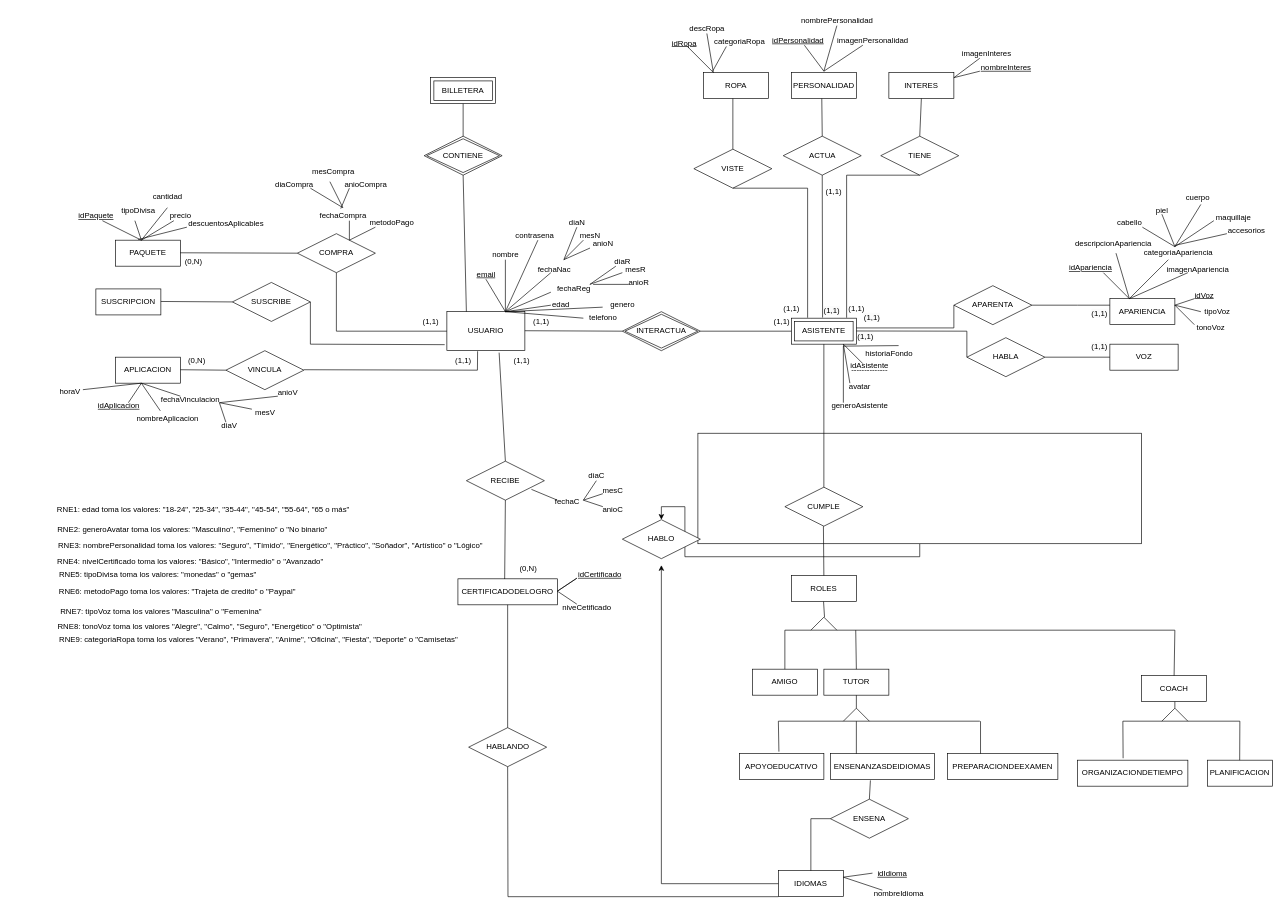
Above: obligatorio1.drawio in MartinAlonsoo/ObligatorioBD1 (draw.io), before the change. Source tidied: cells renumbered, new cells numbered last; positions are measured from the earlier drawing's top-left corner, leaving out a move shared by most shapes. Both pictures are drawn from the tidied source at 65%, with x=0, y=0 at pixel (50, 11).
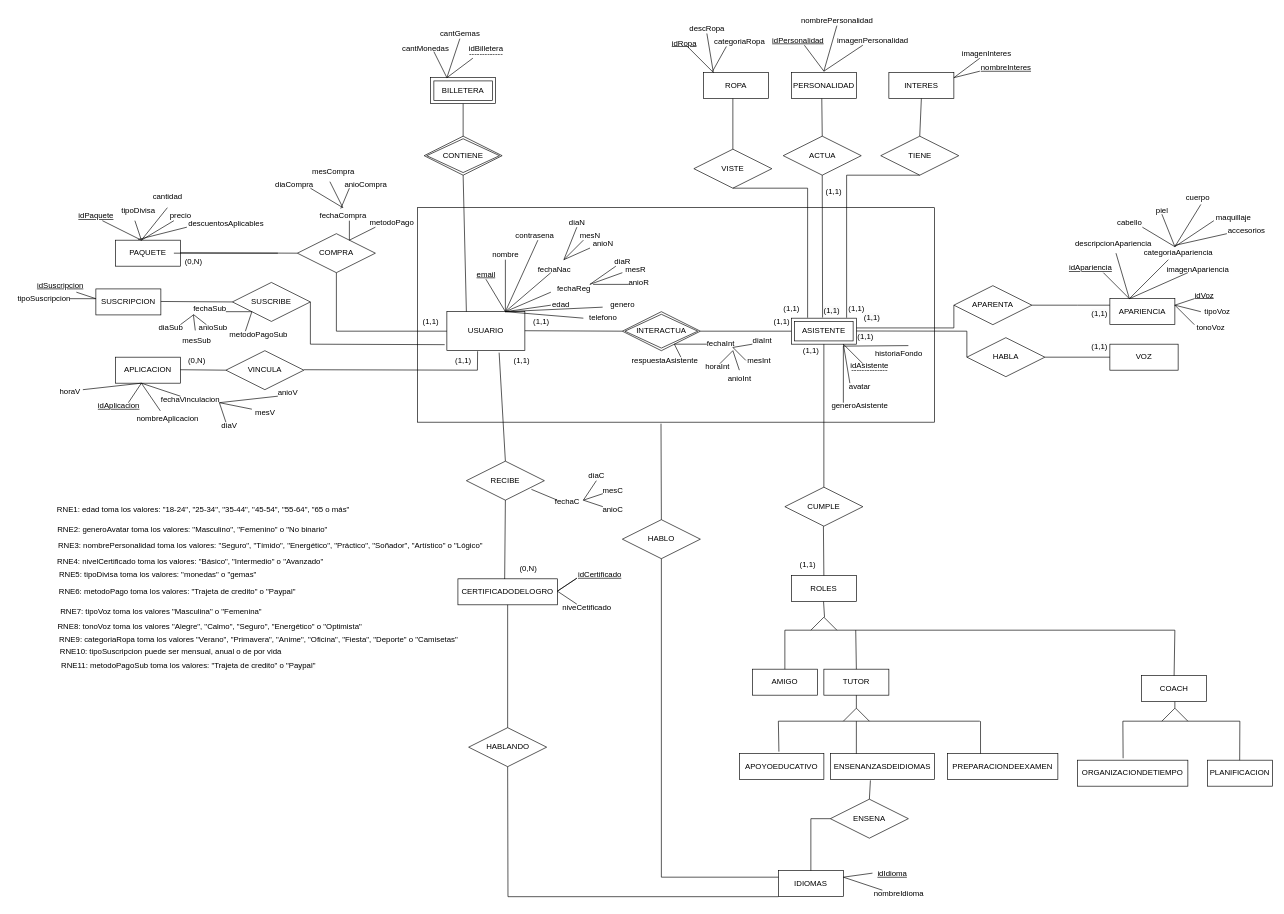
The same page after the edit.

The change refers to these unchanged cells:
```xml
<mxCell id="14" value="IDIOMAS" style="whiteSpace=wrap;html=1;align=center;" parent="1" vertex="1">
  <mxGeometry x="1120" y="1322" width="100" height="40" as="geometry" />
</mxCell>
<mxCell id="47" value="HABLO" style="shape=rhombus;perimeter=rhombusPerimeter;whiteSpace=wrap;html=1;align=center;" parent="1" vertex="1">
  <mxGeometry x="880" y="782" width="120" height="60" as="geometry" />
</mxCell>
<mxCell id="156" value="BILLETERA" style="shape=ext;margin=3;double=1;whiteSpace=wrap;html=1;align=center;" parent="1" vertex="1">
  <mxGeometry x="585" y="102" width="100" height="40" as="geometry" />
</mxCell>
```

Diff of the diagram source:
```diff
@@
-    <mxCell id="2" style="edgeStyle=orthogonalEdgeStyle;rounded=0;jettySize=auto;html=1;entryX=0.5;entryY=0;entryDx=0;entryDy=0;" parent="1" edge="1" source="3" target="47">
-      <mxGeometry relative="1" as="geometry" />
-    </mxCell>
     <mxCell id="3" style="rounded=0;whiteSpace=wrap;html=1;" parent="1" vertex="1">
-      <mxGeometry x="996.2" y="649" width="682.5" height="170" as="geometry" />
+      <mxGeometry x="565" y="302" width="795" height="330" as="geometry" />
     </mxCell>
@@
-    <mxCell id="48" style="edgeStyle=orthogonalEdgeStyle;rounded=0;jettySize=auto;html=1;entryX=0.5;entryY=1.167;entryDx=0;entryDy=0;entryPerimeter=0;" parent="1" edge="1" source="14" target="47">
-      <mxGeometry relative="1" as="geometry" />
-    </mxCell>
@@
     <mxCell id="105" value="historiaFondo" style="text;html=1;align=center;verticalAlign=middle;points=[];strokeColor=none;fillColor=none;" parent="1" vertex="1">
-      <mxGeometry x="1240" y="512" width="100" height="30" as="geometry" />
+      <mxGeometry x="1255" y="512" width="100" height="30" as="geometry" />
     </mxCell>
@@
+    <mxCell id="213" style="endArrow=none;html=1;rounded=0;exitX=0.5;exitY=1;exitDx=0;exitDy=0;" parent="1" edge="1" source="47">
+      <mxGeometry relative="1" as="geometry">
+        <mxPoint x="1120" y="1332" as="targetPoint" />
+        <Array as="points">
+          <mxPoint x="940" y="1332" />
+        </Array>
+      </mxGeometry>
+    </mxCell>
+    <mxCell id="214" style="endArrow=none;html=1;rounded=0;" parent="1" edge="1">
+      <mxGeometry relative="1" as="geometry">
+        <mxPoint x="190" y="372" as="sourcePoint" />
+        <mxPoint x="350" y="372" as="targetPoint" />
+      </mxGeometry>
+    </mxCell>
+    <mxCell id="215" style="endArrow=none;html=1;rounded=0;" parent="1" edge="1">
+      <mxGeometry relative="1" as="geometry">
+        <mxPoint x="30" y="442" as="sourcePoint" />
+        <mxPoint x="40" y="432" as="targetPoint" />
+        <Array as="points">
+          <mxPoint x="70" y="442" />
+        </Array>
+      </mxGeometry>
+    </mxCell>
+    <mxCell id="216" value="&lt;u&gt;idSuscripcion&lt;/u&gt;" style="text;html=1;align=center;verticalAlign=middle;strokeColor=none;fillColor=none;" parent="1" vertex="1">
+      <mxGeometry x="-30" y="407" width="90" height="30" as="geometry" />
+    </mxCell>
+    <mxCell id="217" value="tipoSuscripcion" style="text;html=1;align=center;verticalAlign=middle;strokeColor=none;fillColor=none;" parent="1" vertex="1">
+      <mxGeometry x="-60" y="427" width="100" height="30" as="geometry" />
+    </mxCell>
+    <mxCell id="218" style="endArrow=none;html=1;rounded=0;" parent="1" edge="1">
+      <mxGeometry relative="1" as="geometry">
+        <mxPoint x="300" y="492" as="sourcePoint" />
+        <mxPoint x="270" y="462" as="targetPoint" />
+        <Array as="points">
+          <mxPoint x="310" y="462" />
+        </Array>
+      </mxGeometry>
+    </mxCell>
+    <mxCell id="219" value="fechaSub" style="text;html=1;align=center;verticalAlign=middle;strokeColor=none;fillColor=none;" parent="1" vertex="1">
+      <mxGeometry x="210" y="442" width="70" height="30" as="geometry" />
+    </mxCell>
+    <mxCell id="220" style="endArrow=none;html=1;rounded=0;entryX=0.471;entryY=-0.038;entryDx=0;entryDy=0;entryPerimeter=0;" parent="1" edge="1" target="222">
+      <mxGeometry relative="1" as="geometry">
+        <mxPoint x="200" y="482" as="sourcePoint" />
+        <Array as="points">
+          <mxPoint x="220" y="467" />
+        </Array>
+      </mxGeometry>
+    </mxCell>
+    <mxCell id="221" value="diaSub" style="text;html=1;align=center;verticalAlign=middle;strokeColor=none;fillColor=none;" parent="1" vertex="1">
+      <mxGeometry x="155" y="472" width="60" height="30" as="geometry" />
+    </mxCell>
+    <mxCell id="222" value="mesSub" style="text;html=1;align=center;verticalAlign=middle;points=[];strokeColor=none;fillColor=none;" parent="1" vertex="1">
+      <mxGeometry x="190" y="492" width="70" height="30" as="geometry" />
+    </mxCell>
+    <mxCell id="223" value="anioSub" style="text;html=1;align=center;verticalAlign=middle;strokeColor=none;fillColor=none;" parent="1" vertex="1">
+      <mxGeometry x="215" y="472" width="70" height="30" as="geometry" />
+    </mxCell>
+    <mxCell id="224" style="endArrow=none;html=1;rounded=0;" parent="1" edge="1">
+      <mxGeometry relative="1" as="geometry">
+        <mxPoint x="240" y="482" as="sourcePoint" />
+        <mxPoint x="220" y="466.3" as="targetPoint" />
+      </mxGeometry>
+    </mxCell>
+    <mxCell id="225" value="metodoPagoSub" style="text;html=1;align=center;verticalAlign=middle;strokeColor=none;fillColor=none;" parent="1" vertex="1">
+      <mxGeometry x="265" y="482" width="110" height="30" as="geometry" />
+    </mxCell>
+    <mxCell id="226" style="endArrow=none;html=1;rounded=0;" parent="1" edge="1">
+      <mxGeometry relative="1" as="geometry">
+        <mxPoint x="590" y="62" as="sourcePoint" />
+        <mxPoint x="630" y="42" as="targetPoint" />
+        <Array as="points">
+          <mxPoint x="610" y="102" />
+        </Array>
+      </mxGeometry>
+    </mxCell>
+    <mxCell id="227" value="cantMonedas" style="text;html=1;align=center;verticalAlign=middle;strokeColor=none;fillColor=none;" parent="1" vertex="1">
+      <mxGeometry x="527" y="42" width="100" height="30" as="geometry" />
+    </mxCell>
+    <mxCell id="228" value="cantGemas" style="text;html=1;align=center;verticalAlign=middle;strokeColor=none;fillColor=none;" parent="1" vertex="1">
+      <mxGeometry x="590" y="20" width="80" height="30" as="geometry" />
+    </mxCell>
+    <mxCell id="229" value="idBilletera" style="text;html=1;align=center;verticalAlign=middle;strokeColor=none;fillColor=none;" parent="1" vertex="1">
+      <mxGeometry x="630" y="42" width="80" height="30" as="geometry" />
+    </mxCell>
+    <mxCell id="230" style="endArrow=none;html=1;rounded=0;exitX=0.25;exitY=0;exitDx=0;exitDy=0;" parent="1" edge="1" source="156">
+      <mxGeometry relative="1" as="geometry">
+        <mxPoint x="650" y="72" as="targetPoint" />
+      </mxGeometry>
+    </mxCell>
+    <mxCell id="231" value="-------------" style="text;html=1;align=center;verticalAlign=middle;strokeColor=none;fillColor=none;" parent="1" vertex="1">
+      <mxGeometry x="630" y="50" width="80" height="30" as="geometry" />
+    </mxCell>
+    <mxCell id="232" value="RNE10: tipoSuscripcion puede ser mensual, anual o de por vida" style="text;html=1;align=center;verticalAlign=middle;strokeColor=none;fillColor=none;" parent="1" vertex="1">
+      <mxGeometry x="5" y="970" width="360" height="30" as="geometry" />
+    </mxCell>
+    <mxCell id="233" value="&lt;span style=&quot;color: rgb(0, 0, 0); font-family: Helvetica; font-size: 12px; font-style: normal; font-variant-ligatures: normal; font-variant-caps: normal; font-weight: 400; letter-spacing: normal; orphans: 2; text-align: center; text-indent: 0px; text-transform: none; widows: 2; word-spacing: 0px; -webkit-text-stroke-width: 0px; white-space: nowrap; background-color: rgb(251, 251, 251); text-decoration-thickness: initial; text-decoration-style: initial; text-decoration-color: initial; display: inline !important; float: none;&quot;&gt;RNE11: metodoPagoSub toma los valores: &quot;Trajeta de credito&quot; o &quot;Paypal&quot;&lt;/span&gt;" style="text;whiteSpace=wrap;html=1;" parent="1" vertex="1">
+      <mxGeometry x="15" y="992" width="400" height="40" as="geometry" />
+    </mxCell>
+    <mxCell id="234" style="endArrow=none;html=1;rounded=0;" parent="1" edge="1">
+      <mxGeometry relative="1" as="geometry">
+        <mxPoint x="970" y="532" as="sourcePoint" />
+        <mxPoint x="1010" y="512" as="targetPoint" />
+        <Array as="points">
+          <mxPoint x="960" y="512" />
+        </Array>
+      </mxGeometry>
+    </mxCell>
+    <mxCell id="235" value="fechaInt" style="text;html=1;align=center;verticalAlign=middle;strokeColor=none;fillColor=none;" parent="1" vertex="1">
+      <mxGeometry x="996.2" y="497" width="70" height="30" as="geometry" />
+    </mxCell>
+    <mxCell id="236" style="endArrow=none;html=1;rounded=0;" parent="1" edge="1">
+      <mxGeometry relative="1" as="geometry">
+        <mxPoint x="1070" y="537" as="sourcePoint" />
+        <mxPoint x="1080" y="512" as="targetPoint" />
+        <Array as="points">
+          <mxPoint x="1050" y="517" />
+        </Array>
+      </mxGeometry>
+    </mxCell>
+    <mxCell id="237" value="diaInt" style="text;html=1;align=center;verticalAlign=middle;strokeColor=none;fillColor=none;" parent="1" vertex="1">
+      <mxGeometry x="1070" y="492" width="50" height="30" as="geometry" />
+    </mxCell>
+    <mxCell id="238" value="mesInt" style="text;html=1;align=center;verticalAlign=middle;points=[];strokeColor=none;fillColor=none;" parent="1" vertex="1">
+      <mxGeometry x="1060" y="522" width="60" height="30" as="geometry" />
+    </mxCell>
+    <mxCell id="239" style="endArrow=none;html=1;rounded=0;entryX=0;entryY=1;entryDx=0;entryDy=0;entryPerimeter=0;" parent="1" edge="1" target="238">
+      <mxGeometry relative="1" as="geometry">
+        <mxPoint x="1030" y="542" as="sourcePoint" />
+        <Array as="points">
+          <mxPoint x="1050" y="522" />
+        </Array>
+      </mxGeometry>
+    </mxCell>
+    <mxCell id="240" value="anioInt" style="text;html=1;align=center;verticalAlign=middle;strokeColor=none;fillColor=none;" parent="1" vertex="1">
+      <mxGeometry x="1030" y="550" width="60" height="30" as="geometry" />
+    </mxCell>
+    <mxCell id="241" value="horaInt" style="text;html=1;align=center;verticalAlign=middle;strokeColor=none;fillColor=none;" parent="1" vertex="1">
+      <mxGeometry x="996.2" y="532" width="60" height="30" as="geometry" />
+    </mxCell>
+    <mxCell id="242" value="respuestaAsistente" style="text;html=1;align=center;verticalAlign=middle;strokeColor=none;fillColor=none;" parent="1" vertex="1">
+      <mxGeometry x="880" y="522" width="130" height="30" as="geometry" />
+    </mxCell>
+    <mxCell id="243" style="endArrow=none;html=1;rounded=0;exitX=0.5;exitY=0;exitDx=0;exitDy=0;entryX=0.471;entryY=1.007;entryDx=0;entryDy=0;entryPerimeter=0;" parent="1" edge="1" source="47" target="3">
+      <mxGeometry relative="1" as="geometry" />
+    </mxCell>
+    <mxCell id="244" value="(1,1)" style="text;html=1;align=center;verticalAlign=middle;strokeColor=none;fillColor=none;" parent="1" vertex="1">
+      <mxGeometry x="1145" y="507" width="50" height="30" as="geometry" />
+    </mxCell>
+    <mxCell id="245" value="(1,1)" style="text;html=1;align=center;verticalAlign=middle;strokeColor=none;fillColor=none;" parent="1" vertex="1">
+      <mxGeometry x="1140" y="837" width="50" height="30" as="geometry" />
+    </mxCell>
```
